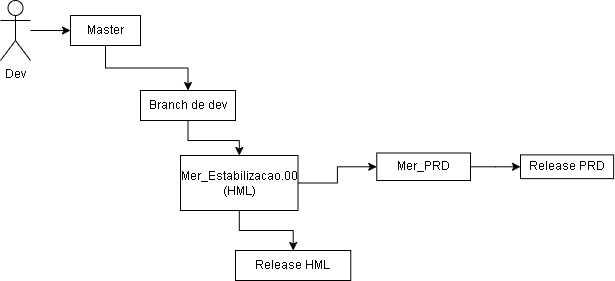
Before: diagrama-versionamento-RM2.png, a diagram exported from draw.io (igorpompeo/igorpompeo.github.io). Source tidied: cells renumbered, new cells last; positions are measured from the earlier drawing's top-left corner, leaving out a move shared by most shapes.
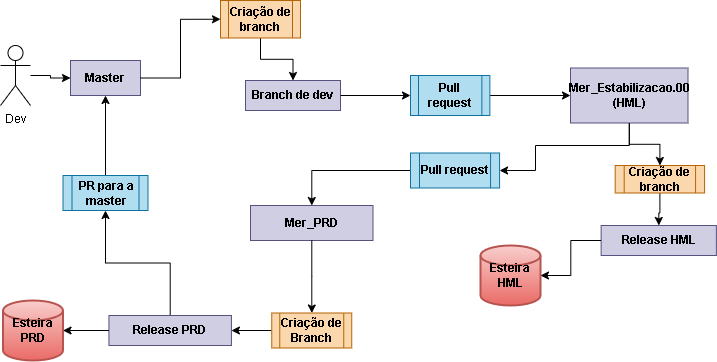
Later version of the same file.

Change to the diagram source:
```diff
@@ -2,49 +2,106 @@
   <root>
     <mxCell id="0" />
     <mxCell id="1" parent="0" />
+    <mxCell id="12" style="edgeStyle=orthogonalEdgeStyle;rounded=0;jettySize=auto;html=1;" parent="1" edge="1" target="x">
+      <mxGeometry relative="1" as="geometry">
+        <mxPoint x="186.9" y="192.5" as="sourcePoint" />
+      </mxGeometry>
+    </mxCell>
     <mxCell id="2" style="edgeStyle=orthogonalEdgeStyle;rounded=0;jettySize=auto;html=1;" parent="1" edge="1" source="3" target="5">
       <mxGeometry relative="1" as="geometry" />
     </mxCell>
     <mxCell id="3" value="Dev" style="shape=umlActor;verticalLabelPosition=bottom;verticalAlign=top;html=1;outlineConnect=0;" parent="1" vertex="1">
-      <mxGeometry width="30" height="60" as="geometry" />
+      <mxGeometry x="10" y="70" width="30" height="60" as="geometry" />
     </mxCell>
-    <mxCell id="4" style="edgeStyle=orthogonalEdgeStyle;rounded=0;jettySize=auto;html=1;" parent="1" edge="1" source="5" target="7">
-      <mxGeometry relative="1" as="geometry" />
-    </mxCell>
+    <mxCell id="16" style="edgeStyle=orthogonalEdgeStyle;rounded=0;jettySize=auto;html=1;" parent="1" edge="1" source="28" target="7">
+      <mxGeometry relative="1" as="geometry" />
+    </mxCell>
-    <mxCell id="5" value="Master" style="rounded=0;whiteSpace=wrap;html=1;" parent="1" vertex="1">
-      <mxGeometry x="70" y="15" width="70" height="30" as="geometry" />
+    <mxCell id="5" value="Master" style="rounded=0;whiteSpace=wrap;html=1;fillColor=#d0cee2;strokeColor=#56517e;fontStyle=1;" parent="1" vertex="1">
+      <mxGeometry x="80" y="85" width="70" height="35" as="geometry" />
     </mxCell>
-    <mxCell id="6" style="edgeStyle=orthogonalEdgeStyle;rounded=0;jettySize=auto;html=1;" parent="1" edge="1" source="7" target="10">
-      <mxGeometry relative="1" as="geometry" />
-    </mxCell>
+    <mxCell id="17" style="edgeStyle=orthogonalEdgeStyle;rounded=0;jettySize=auto;html=1;" parent="1" edge="1" source="24" target="10">
+      <mxGeometry relative="1" as="geometry" />
+    </mxCell>
+    <mxCell id="18" style="edgeStyle=orthogonalEdgeStyle;rounded=0;jettySize=auto;html=1;" parent="1" edge="1" source="29" target="14">
+      <mxGeometry relative="1" as="geometry" />
+    </mxCell>
-    <mxCell id="7" value="Branch de dev" style="whiteSpace=wrap;html=1;rounded=0;" parent="1" vertex="1">
-      <mxGeometry x="140" y="90" width="95" height="30" as="geometry" />
+    <mxCell id="7" value="Branch de dev" style="whiteSpace=wrap;html=1;rounded=0;fillColor=#d0cee2;strokeColor=#56517e;fontStyle=1;" parent="1" vertex="1">
+      <mxGeometry x="255" y="105" width="95" height="30" as="geometry" />
     </mxCell>
-    <mxCell id="8" style="edgeStyle=orthogonalEdgeStyle;rounded=0;jettySize=auto;html=1;" parent="1" edge="1" source="10" target="11">
-      <mxGeometry relative="1" as="geometry" />
-    </mxCell>
-    <mxCell id="9" style="edgeStyle=orthogonalEdgeStyle;rounded=0;jettySize=auto;html=1;" parent="1" edge="1" source="10" target="14">
-      <mxGeometry relative="1" as="geometry" />
-    </mxCell>
+    <mxCell id="19" style="edgeStyle=orthogonalEdgeStyle;rounded=0;jettySize=auto;html=1;" parent="1" edge="1" source="26" target="11">
+      <mxGeometry relative="1" as="geometry" />
+    </mxCell>
+    <mxCell id="20" style="edgeStyle=orthogonalEdgeStyle;rounded=0;jettySize=auto;html=1;entryX=1;entryY=0.5;entryDx=0;entryDy=0;" parent="1" edge="1" source="10" target="29">
+      <mxGeometry relative="1" as="geometry">
+        <Array as="points">
+          <mxPoint x="639" y="170" />
+          <mxPoint x="545" y="170" />
+          <mxPoint x="545" y="195" />
+        </Array>
+      </mxGeometry>
+    </mxCell>
-    <mxCell id="10" value="Mer_Estabilizacao.00 (HML)" style="whiteSpace=wrap;html=1;rounded=0;" parent="1" vertex="1">
-      <mxGeometry x="180" y="155" width="117.5" height="55" as="geometry" />
+    <mxCell id="10" value="Mer_Estabilizacao.00 (HML)" style="whiteSpace=wrap;html=1;rounded=0;fillColor=#d0cee2;strokeColor=#56517e;fontStyle=1;" parent="1" vertex="1">
+      <mxGeometry x="580" y="92.5" width="117.5" height="55" as="geometry" />
     </mxCell>
-    <mxCell id="11" value="Release HML" style="whiteSpace=wrap;html=1;rounded=0;" parent="1" vertex="1">
-      <mxGeometry x="235" y="250" width="115.2" height="30" as="geometry" />
+    <mxCell id="11" value="Release HML" style="whiteSpace=wrap;html=1;rounded=0;fillColor=#d0cee2;strokeColor=#56517e;fontStyle=1;" parent="1" vertex="1">
+      <mxGeometry x="610.6" y="250" width="115.2" height="30" as="geometry" />
     </mxCell>
-    <mxCell id="12" style="edgeStyle=orthogonalEdgeStyle;rounded=0;jettySize=auto;html=1;" parent="1" edge="1" target="x">
-      <mxGeometry relative="1" as="geometry">
-        <mxPoint x="186.9" y="192.5" as="sourcePoint" />
-      </mxGeometry>
-    </mxCell>
-    <mxCell id="13" style="edgeStyle=orthogonalEdgeStyle;rounded=0;jettySize=auto;html=1;" parent="1" edge="1" source="14" target="15">
-      <mxGeometry relative="1" as="geometry" />
-    </mxCell>
+    <mxCell id="21" style="edgeStyle=orthogonalEdgeStyle;rounded=0;jettySize=auto;html=1;" parent="1" edge="1" source="33" target="15">
+      <mxGeometry relative="1" as="geometry" />
+    </mxCell>
-    <mxCell id="14" value="Mer_PRD" style="whiteSpace=wrap;html=1;rounded=0;" parent="1" vertex="1">
-      <mxGeometry x="376.2" y="152.5" width="93.8" height="27.5" as="geometry" />
+    <mxCell id="14" value="Mer_PRD" style="whiteSpace=wrap;html=1;rounded=0;fillColor=#d0cee2;strokeColor=#56517e;fontStyle=1;" parent="1" vertex="1">
+      <mxGeometry x="260" y="230" width="122.5" height="35" as="geometry" />
     </mxCell>
+    <mxCell id="22" style="edgeStyle=orthogonalEdgeStyle;rounded=0;jettySize=auto;html=1;entryX=0.5;entryY=1;entryDx=0;entryDy=0;" parent="1" edge="1" source="15" target="31">
+      <mxGeometry relative="1" as="geometry" />
+    </mxCell>
-    <mxCell id="15" value="Release PRD" style="whiteSpace=wrap;html=1;rounded=0;" parent="1" vertex="1">
-      <mxGeometry x="520" y="154.4" width="93.1" height="23.8" as="geometry" />
+    <mxCell id="15" value="Release PRD" style="whiteSpace=wrap;html=1;rounded=0;fillColor=#d0cee2;strokeColor=#56517e;fontStyle=1;" parent="1" vertex="1">
+      <mxGeometry x="118.4" y="340" width="122.5" height="30" as="geometry" />
     </mxCell>
+    <mxCell id="23" style="edgeStyle=orthogonalEdgeStyle;rounded=0;jettySize=auto;html=1;" parent="1" edge="1" source="7" target="24">
+      <mxGeometry relative="1" as="geometry" />
+    </mxCell>
+    <mxCell id="24" value="Pull request" style="shape=process;whiteSpace=wrap;html=1;backgroundOutline=1;fillColor=#b1ddf0;strokeColor=#10739e;fontStyle=1;" parent="1" vertex="1">
+      <mxGeometry x="420" y="100" width="79.4" height="40" as="geometry" />
+    </mxCell>
+    <mxCell id="25" style="edgeStyle=orthogonalEdgeStyle;rounded=0;jettySize=auto;html=1;" parent="1" edge="1" source="10" target="26">
+      <mxGeometry relative="1" as="geometry" />
+    </mxCell>
+    <mxCell id="26" value="Criação de branch" style="shape=process;whiteSpace=wrap;html=1;backgroundOutline=1;fillColor=#fad7ac;strokeColor=#b46504;fontStyle=1;" parent="1" vertex="1">
+      <mxGeometry x="624.7" y="190" width="89.4" height="27.5" as="geometry" />
+    </mxCell>
+    <mxCell id="27" style="edgeStyle=orthogonalEdgeStyle;rounded=0;jettySize=auto;html=1;exitX=1;exitY=0.5;exitDx=0;exitDy=0;entryX=0;entryY=0.5;entryDx=0;entryDy=0;" parent="1" edge="1" source="5" target="28">
+      <mxGeometry relative="1" as="geometry" />
+    </mxCell>
+    <mxCell id="28" value="Criação de branch" style="shape=process;whiteSpace=wrap;html=1;backgroundOutline=1;fillColor=#fad7ac;strokeColor=#b46504;fontStyle=1;" parent="1" vertex="1">
+      <mxGeometry x="230" y="25" width="80" height="37.5" as="geometry" />
+    </mxCell>
+    <mxCell id="29" value="Pull request" style="shape=process;whiteSpace=wrap;html=1;backgroundOutline=1;fillColor=#b1ddf0;strokeColor=#10739e;fontStyle=1;" parent="1" vertex="1">
+      <mxGeometry x="420" y="177.5" width="89.1" height="35" as="geometry" />
+    </mxCell>
+    <mxCell id="30" style="edgeStyle=orthogonalEdgeStyle;rounded=0;jettySize=auto;html=1;entryX=0.5;entryY=1;entryDx=0;entryDy=0;" parent="1" edge="1" source="31" target="5">
+      <mxGeometry relative="1" as="geometry" />
+    </mxCell>
+    <mxCell id="31" value="PR para a master" style="shape=process;whiteSpace=wrap;html=1;backgroundOutline=1;fillColor=#b1ddf0;strokeColor=#10739e;fontStyle=1;" parent="1" vertex="1">
+      <mxGeometry x="72.5" y="200" width="85" height="35" as="geometry" />
+    </mxCell>
+    <mxCell id="32" style="edgeStyle=orthogonalEdgeStyle;rounded=0;jettySize=auto;html=1;" parent="1" edge="1" source="14" target="33">
+      <mxGeometry relative="1" as="geometry" />
+    </mxCell>
+    <mxCell id="33" value="Criação de Branch" style="shape=process;whiteSpace=wrap;html=1;backgroundOutline=1;fillColor=#fad7ac;strokeColor=#b46504;fontStyle=1;" parent="1" vertex="1">
+      <mxGeometry x="281.2" y="337.5" width="80" height="35" as="geometry" />
+    </mxCell>
+    <mxCell id="34" value="Esteira PRD" style="strokeWidth=2;html=1;shape=mxgraph.flowchart.database;whiteSpace=wrap;fillColor=#f8cecc;gradientColor=#ea6b66;strokeColor=#b85450;fontStyle=1;" parent="1" vertex="1">
+      <mxGeometry x="12.5" y="325" width="60" height="60" as="geometry" />
+    </mxCell>
+    <mxCell id="35" style="edgeStyle=orthogonalEdgeStyle;rounded=0;jettySize=auto;html=1;entryX=1;entryY=0.5;entryDx=0;entryDy=0;entryPerimeter=0;" parent="1" edge="1" source="15" target="34">
+      <mxGeometry relative="1" as="geometry" />
+    </mxCell>
+    <mxCell id="36" value="Esteira HML" style="strokeWidth=2;html=1;shape=mxgraph.flowchart.database;whiteSpace=wrap;fillColor=#f8cecc;gradientColor=#ea6b66;strokeColor=#b85450;fontStyle=1;" parent="1" vertex="1">
+      <mxGeometry x="490" y="270" width="60" height="60" as="geometry" />
+    </mxCell>
+    <mxCell id="37" style="edgeStyle=orthogonalEdgeStyle;rounded=0;jettySize=auto;html=1;entryX=1;entryY=0.5;entryDx=0;entryDy=0;entryPerimeter=0;" parent="1" edge="1" source="11" target="36">
+      <mxGeometry relative="1" as="geometry" />
+    </mxCell>
   </root>
 </mxGraphModel>
```
